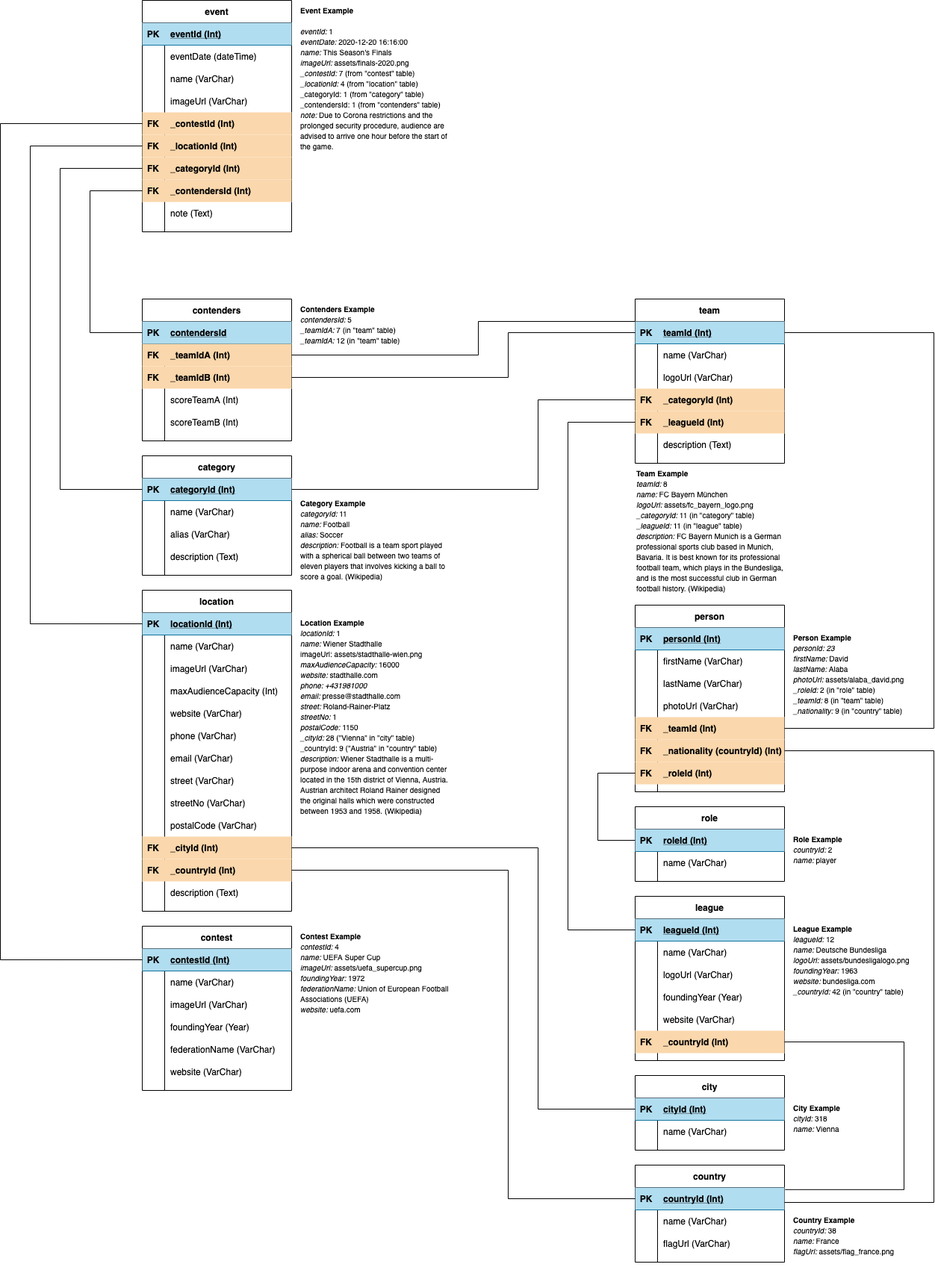
mbalabanov/eventradar keeps this draw.io diagram as documentation/01_db-model.png. Above is the earlier version. Source tidied: cells renumbered, new cells last; positions are measured from the earlier drawing's top-left corner, leaving out a move shared by most shapes.
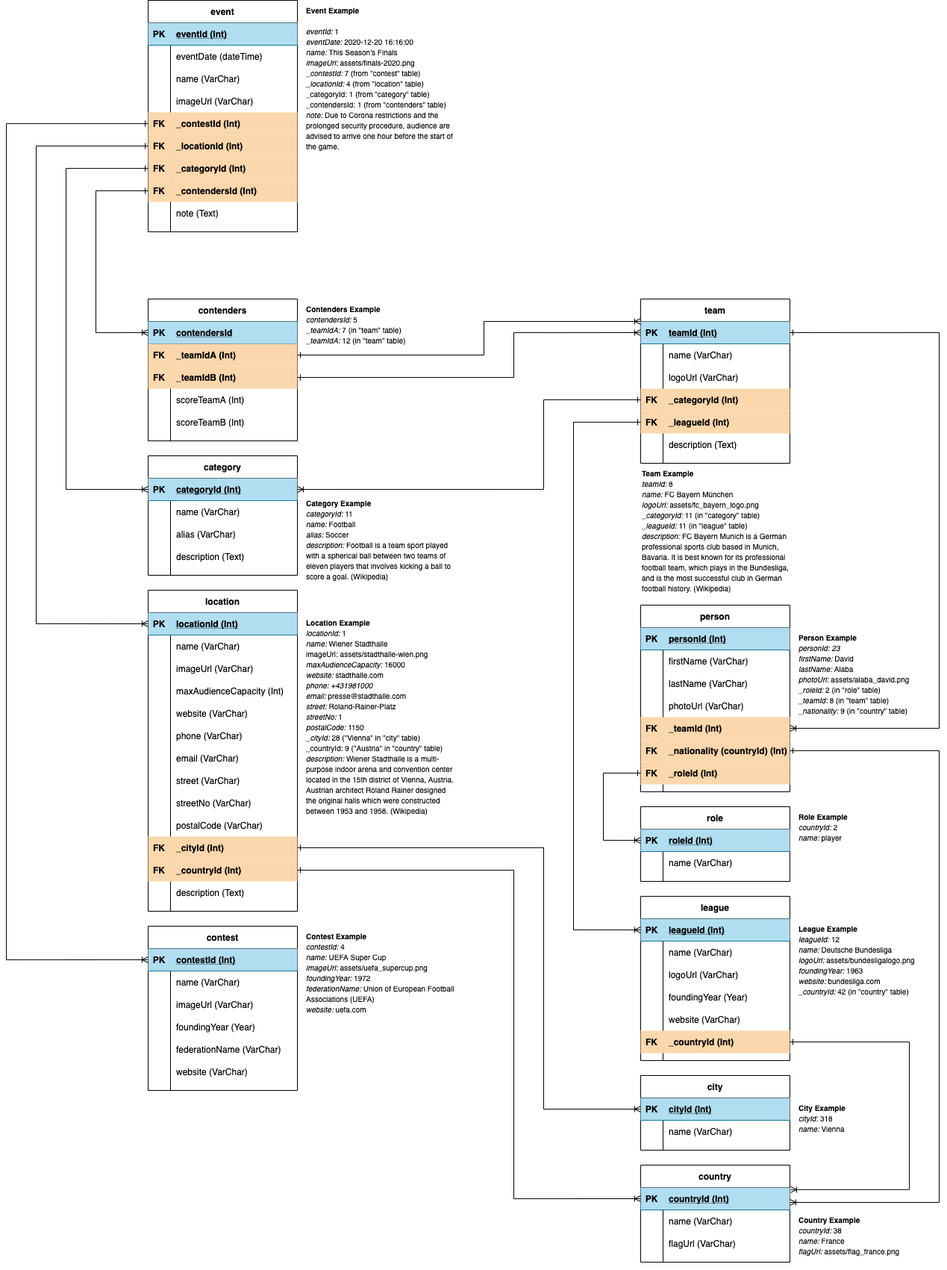
The same file after the commit.

Commit message:
Updated DB model and sitemap

What changed in the source:
```diff
@@ -423,7 +423,7 @@
       <mxGeometry x="1060" y="1230" width="170" height="101" as="geometry" />
     </mxCell>
     <mxCell id="142" value="&lt;font&gt;&lt;b style=&quot;font-size: 10px&quot;&gt;Role Example&lt;/b&gt;&lt;br&gt;&lt;i style=&quot;font-size: 10px&quot;&gt;countryId:&lt;/i&gt;&lt;span style=&quot;font-size: 10px&quot;&gt;&amp;nbsp;2&lt;/span&gt;&lt;br&gt;&lt;i style=&quot;font-size: 10px&quot;&gt;name:&lt;/i&gt;&lt;span style=&quot;font-size: 10px&quot;&gt;&amp;nbsp;player&lt;/span&gt;&lt;br&gt;&lt;/font&gt;" style="text;html=1;strokeColor=none;fillColor=none;align=left;verticalAlign=top;whiteSpace=wrap;rounded=0;sketch=0;" parent="1" vertex="1">
-      <mxGeometry x="1060" y="1110" width="130" height="60" as="geometry" />
+      <mxGeometry x="1060" y="1080" width="130" height="60" as="geometry" />
     </mxCell>
     <mxCell id="143" value="&lt;font style=&quot;font-size: 10px&quot;&gt;&lt;b&gt;Person Example&lt;/b&gt;&lt;br&gt;&lt;i&gt;personId: 23&lt;/i&gt;&lt;span&gt;&amp;nbsp;&lt;/span&gt;&lt;br&gt;&lt;i&gt;firstName:&lt;/i&gt;&lt;span&gt; David&lt;br&gt;&lt;/span&gt;&lt;i&gt;lastName:&lt;/i&gt; Alaba&lt;br&gt;&lt;i&gt;photoUrl:&lt;/i&gt; assets/alaba_david.png&lt;br&gt;&lt;i&gt;_roleId:&lt;/i&gt; 2 (in &quot;role&quot; table)&lt;br&gt;&lt;i&gt;_teamId:&lt;/i&gt; 8 (in &quot;team&quot; table)&lt;br&gt;&lt;i&gt;_nationality:&lt;/i&gt;&amp;nbsp;9 (in &quot;country&quot; table)&lt;br&gt;&lt;/font&gt;" style="text;html=1;strokeColor=none;fillColor=none;align=left;verticalAlign=top;whiteSpace=wrap;rounded=0;sketch=0;" parent="1" vertex="1">
       <mxGeometry x="1060" y="840" width="170" height="110" as="geometry" />
@@ -635,7 +635,7 @@
     <mxCell id="212" value="&lt;font&gt;&lt;b style=&quot;font-size: 10px&quot;&gt;City Example&lt;/b&gt;&lt;br&gt;&lt;i style=&quot;font-size: 10px&quot;&gt;cityId:&lt;/i&gt;&lt;span style=&quot;font-size: 10px&quot;&gt;&amp;nbsp;318&lt;/span&gt;&lt;br&gt;&lt;i style=&quot;font-size: 10px&quot;&gt;name:&lt;/i&gt;&lt;span style=&quot;font-size: 10px&quot;&gt;&amp;nbsp;Vienna&lt;/span&gt;&lt;br&gt;&lt;/font&gt;" style="text;html=1;strokeColor=none;fillColor=none;align=left;verticalAlign=top;whiteSpace=wrap;rounded=0;sketch=0;" parent="1" vertex="1">
       <mxGeometry x="1060" y="1470" width="130" height="60" as="geometry" />
     </mxCell>
-    <mxCell id="213" style="edgeStyle=orthogonalEdgeStyle;rounded=0;jettySize=auto;html=1;entryX=0;entryY=0.5;entryDx=0;entryDy=0;endArrow=none;endFill=0;" parent="1" edge="1" source="56" target="64">
+    <mxCell id="213" style="edgeStyle=orthogonalEdgeStyle;rounded=0;jettySize=auto;html=1;entryX=0;entryY=0.5;entryDx=0;entryDy=0;endArrow=ERoneToMany;endFill=0;startArrow=ERone;startFill=0;" parent="1" edge="1" source="56" target="64">
       <mxGeometry relative="1" as="geometry">
         <Array as="points">
           <mxPoint x="760" y="565" />
@@ -643,7 +643,7 @@
         </Array>
       </mxGeometry>
     </mxCell>
-    <mxCell id="214" style="edgeStyle=orthogonalEdgeStyle;rounded=0;jettySize=auto;html=1;entryX=1;entryY=0.5;entryDx=0;entryDy=0;endArrow=none;endFill=0;" parent="1" edge="1" source="105" target="44">
+    <mxCell id="214" style="edgeStyle=orthogonalEdgeStyle;rounded=0;jettySize=auto;html=1;entryX=1;entryY=0.5;entryDx=0;entryDy=0;endArrow=ERone;endFill=0;startArrow=ERoneToMany;startFill=0;" parent="1" edge="1" source="105" target="44">
       <mxGeometry relative="1" as="geometry">
         <Array as="points">
           <mxPoint x="1250" y="975" />
@@ -651,7 +651,7 @@
         </Array>
       </mxGeometry>
     </mxCell>
-    <mxCell id="215" style="edgeStyle=orthogonalEdgeStyle;rounded=0;jettySize=auto;html=1;entryX=0;entryY=0.5;entryDx=0;entryDy=0;endArrow=none;endFill=0;" parent="1" edge="1" source="198" target="83">
+    <mxCell id="215" style="edgeStyle=orthogonalEdgeStyle;rounded=0;jettySize=auto;html=1;entryX=0;entryY=0.5;entryDx=0;entryDy=0;endArrow=ERoneToMany;endFill=0;startArrow=ERone;startFill=0;" parent="1" edge="1" source="198" target="83">
       <mxGeometry relative="1" as="geometry">
         <Array as="points">
           <mxPoint x="680" y="1165" />
@@ -659,7 +659,7 @@
         </Array>
       </mxGeometry>
     </mxCell>
-    <mxCell id="216" style="edgeStyle=orthogonalEdgeStyle;rounded=0;jettySize=auto;html=1;entryX=0;entryY=0.5;entryDx=0;entryDy=0;endArrow=none;endFill=0;" parent="1" edge="1" source="195" target="206">
+    <mxCell id="216" style="edgeStyle=orthogonalEdgeStyle;rounded=0;jettySize=auto;html=1;entryX=0;entryY=0.5;entryDx=0;entryDy=0;endArrow=ERoneToMany;endFill=0;startArrow=ERone;startFill=0;" parent="1" edge="1" source="195" target="206">
       <mxGeometry relative="1" as="geometry">
         <Array as="points">
           <mxPoint x="720" y="1135" />
@@ -667,7 +667,7 @@
         </Array>
       </mxGeometry>
     </mxCell>
-    <mxCell id="217" style="edgeStyle=orthogonalEdgeStyle;rounded=0;jettySize=auto;html=1;entryX=0;entryY=0.5;entryDx=0;entryDy=0;endArrow=none;endFill=0;" parent="1" edge="1" source="111" target="133">
+    <mxCell id="217" style="edgeStyle=orthogonalEdgeStyle;rounded=0;jettySize=auto;html=1;entryX=0;entryY=0.5;entryDx=0;entryDy=0;endArrow=ERoneToMany;endFill=0;startArrow=ERone;startFill=0;" parent="1" edge="1" source="111" target="133">
       <mxGeometry relative="1" as="geometry">
         <Array as="points">
           <mxPoint x="800" y="1035" />
@@ -675,7 +675,7 @@
         </Array>
       </mxGeometry>
     </mxCell>
-    <mxCell id="218" style="edgeStyle=orthogonalEdgeStyle;rounded=0;jettySize=auto;html=1;entryX=0;entryY=0.5;entryDx=0;entryDy=0;endArrow=none;endFill=0;" parent="1" edge="1" source="15" target="145">
+    <mxCell id="218" style="edgeStyle=orthogonalEdgeStyle;rounded=0;jettySize=auto;html=1;entryX=0;entryY=0.5;entryDx=0;entryDy=0;endArrow=ERoneToMany;endFill=0;startArrow=ERone;startFill=0;" parent="1" edge="1" source="15" target="145">
       <mxGeometry relative="1" as="geometry">
         <Array as="points">
           <mxPoint y="165" />
@@ -683,7 +683,7 @@
         </Array>
       </mxGeometry>
     </mxCell>
-    <mxCell id="219" style="edgeStyle=orthogonalEdgeStyle;rounded=0;jettySize=auto;html=1;entryX=0;entryY=0.5;entryDx=0;entryDy=0;endArrow=none;endFill=0;" parent="1" edge="1" source="18" target="165">
+    <mxCell id="219" style="edgeStyle=orthogonalEdgeStyle;rounded=0;jettySize=auto;html=1;entryX=0;entryY=0.5;entryDx=0;entryDy=0;endArrow=ERoneToMany;endFill=0;startArrow=ERone;startFill=0;" parent="1" edge="1" source="18" target="165">
       <mxGeometry relative="1" as="geometry">
         <Array as="points">
           <mxPoint x="40" y="195" />
@@ -691,7 +691,7 @@
         </Array>
       </mxGeometry>
     </mxCell>
-    <mxCell id="220" style="edgeStyle=orthogonalEdgeStyle;rounded=0;jettySize=auto;html=1;entryX=0;entryY=0.5;entryDx=0;entryDy=0;endArrow=none;endFill=0;" parent="1" edge="1" source="21" target="31">
+    <mxCell id="220" style="edgeStyle=orthogonalEdgeStyle;rounded=0;jettySize=auto;html=1;entryX=0;entryY=0.5;entryDx=0;entryDy=0;endArrow=ERoneToMany;endFill=0;startArrow=ERone;startFill=0;" parent="1" edge="1" source="21" target="31">
       <mxGeometry relative="1" as="geometry">
         <Array as="points">
           <mxPoint x="80" y="225" />
@@ -699,7 +699,7 @@
         </Array>
       </mxGeometry>
     </mxCell>
-    <mxCell id="221" style="edgeStyle=orthogonalEdgeStyle;rounded=0;jettySize=auto;html=1;entryX=0;entryY=0.5;entryDx=0;entryDy=0;endArrow=none;endFill=0;" parent="1" edge="1" source="24" target="116">
+    <mxCell id="221" style="edgeStyle=orthogonalEdgeStyle;rounded=0;jettySize=auto;html=1;entryX=0;entryY=0.5;entryDx=0;entryDy=0;endArrow=ERoneToMany;endFill=0;startArrow=ERone;startFill=0;" parent="1" edge="1" source="24" target="116">
       <mxGeometry relative="1" as="geometry">
         <Array as="points">
           <mxPoint x="120" y="255" />
@@ -707,7 +707,7 @@
         </Array>
       </mxGeometry>
     </mxCell>
-    <mxCell id="222" style="edgeStyle=orthogonalEdgeStyle;rounded=0;jettySize=auto;html=1;entryX=1;entryY=0.5;entryDx=0;entryDy=0;endArrow=none;endFill=0;" parent="1" edge="1" source="53" target="31">
+    <mxCell id="222" style="edgeStyle=orthogonalEdgeStyle;rounded=0;jettySize=auto;html=1;entryX=1;entryY=0.5;entryDx=0;entryDy=0;endArrow=ERoneToMany;endFill=0;startArrow=ERone;startFill=0;" parent="1" edge="1" source="53" target="31">
       <mxGeometry relative="1" as="geometry">
         <Array as="points">
           <mxPoint x="720" y="535" />
@@ -715,7 +715,7 @@
         </Array>
       </mxGeometry>
     </mxCell>
-    <mxCell id="223" style="edgeStyle=orthogonalEdgeStyle;rounded=0;jettySize=auto;html=1;endArrow=none;endFill=0;" parent="1" edge="1" source="119">
+    <mxCell id="223" style="edgeStyle=orthogonalEdgeStyle;rounded=0;jettySize=auto;html=1;endArrow=ERoneToMany;endFill=0;startArrow=ERone;startFill=0;" parent="1" edge="1" source="119">
       <mxGeometry relative="1" as="geometry">
         <mxPoint x="850" y="430" as="targetPoint" />
         <Array as="points">
@@ -724,7 +724,7 @@
         </Array>
       </mxGeometry>
     </mxCell>
-    <mxCell id="224" style="edgeStyle=orthogonalEdgeStyle;rounded=0;jettySize=auto;html=1;endArrow=none;endFill=0;" parent="1" edge="1" source="108" target="83">
+    <mxCell id="224" style="edgeStyle=orthogonalEdgeStyle;rounded=0;jettySize=auto;html=1;endArrow=ERoneToMany;endFill=0;startArrow=ERone;startFill=0;" parent="1" edge="1" source="108" target="83">
       <mxGeometry relative="1" as="geometry">
         <Array as="points">
           <mxPoint x="1250" y="1005" />
@@ -732,7 +732,7 @@
         </Array>
       </mxGeometry>
     </mxCell>
-    <mxCell id="225" style="edgeStyle=orthogonalEdgeStyle;rounded=0;jettySize=auto;html=1;entryX=1.005;entryY=0.094;entryDx=0;entryDy=0;entryPerimeter=0;endArrow=none;endFill=0;" parent="1" edge="1" source="79" target="83">
+    <mxCell id="225" style="edgeStyle=orthogonalEdgeStyle;rounded=0;jettySize=auto;html=1;entryX=1.005;entryY=0.094;entryDx=0;entryDy=0;entryPerimeter=0;endArrow=ERoneToMany;endFill=0;startArrow=ERone;startFill=0;" parent="1" edge="1" source="79" target="83">
       <mxGeometry relative="1" as="geometry">
         <Array as="points">
           <mxPoint x="1210" y="1395" />
@@ -740,7 +740,7 @@
         </Array>
       </mxGeometry>
     </mxCell>
-    <mxCell id="226" style="edgeStyle=orthogonalEdgeStyle;rounded=0;jettySize=auto;html=1;entryX=0;entryY=0.5;entryDx=0;entryDy=0;endArrow=none;endFill=0;" parent="1" edge="1" source="122" target="44">
+    <mxCell id="226" style="edgeStyle=orthogonalEdgeStyle;rounded=0;jettySize=auto;html=1;entryX=0;entryY=0.5;entryDx=0;entryDy=0;endArrow=ERoneToMany;endFill=0;startArrow=ERone;startFill=0;" parent="1" edge="1" source="122" target="44">
       <mxGeometry relative="1" as="geometry">
         <Array as="points">
           <mxPoint x="680" y="505" />
```
